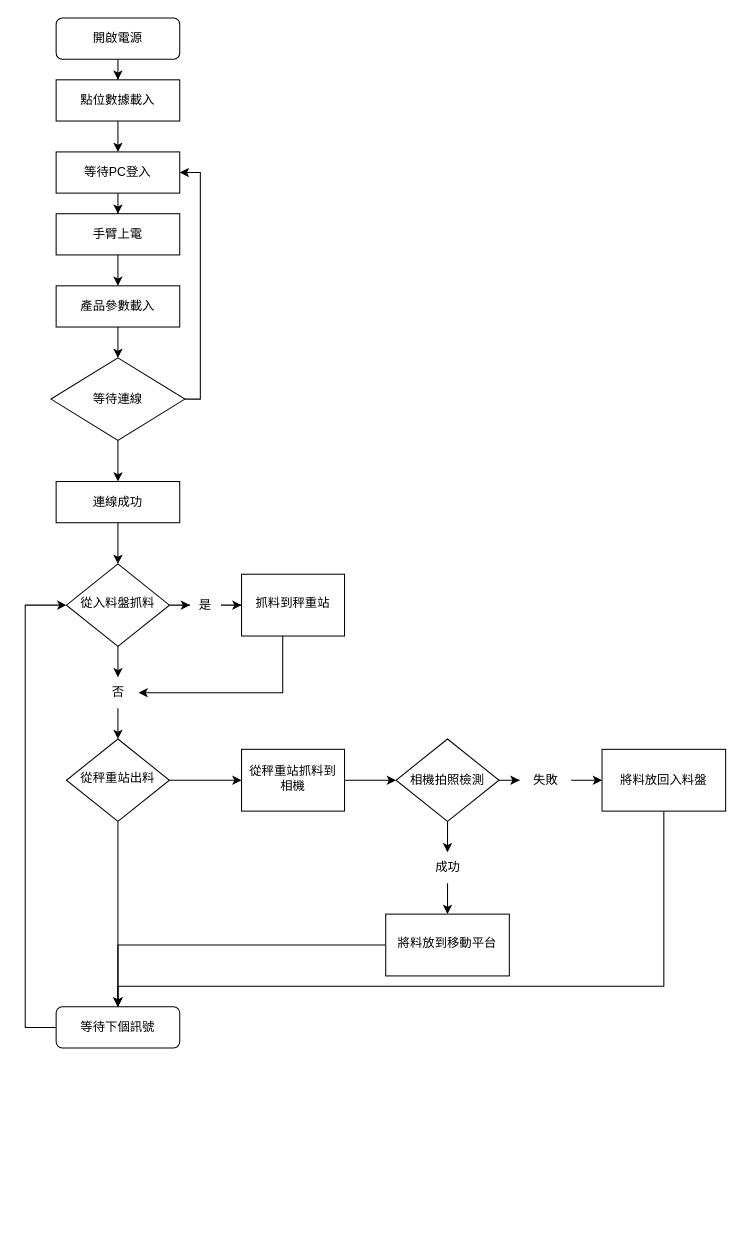
Before: 未命名绘图.drawio in RickLin19921104/murder, a draw.io diagram. Source tidied: cells renumbered, new cells numbered last; positions are measured from the earlier drawing's top-left corner, leaving out a move shared by most shapes. Both pictures are drawn from the tidied source at 103%, with x=0, y=0 at pixel (25, 18).
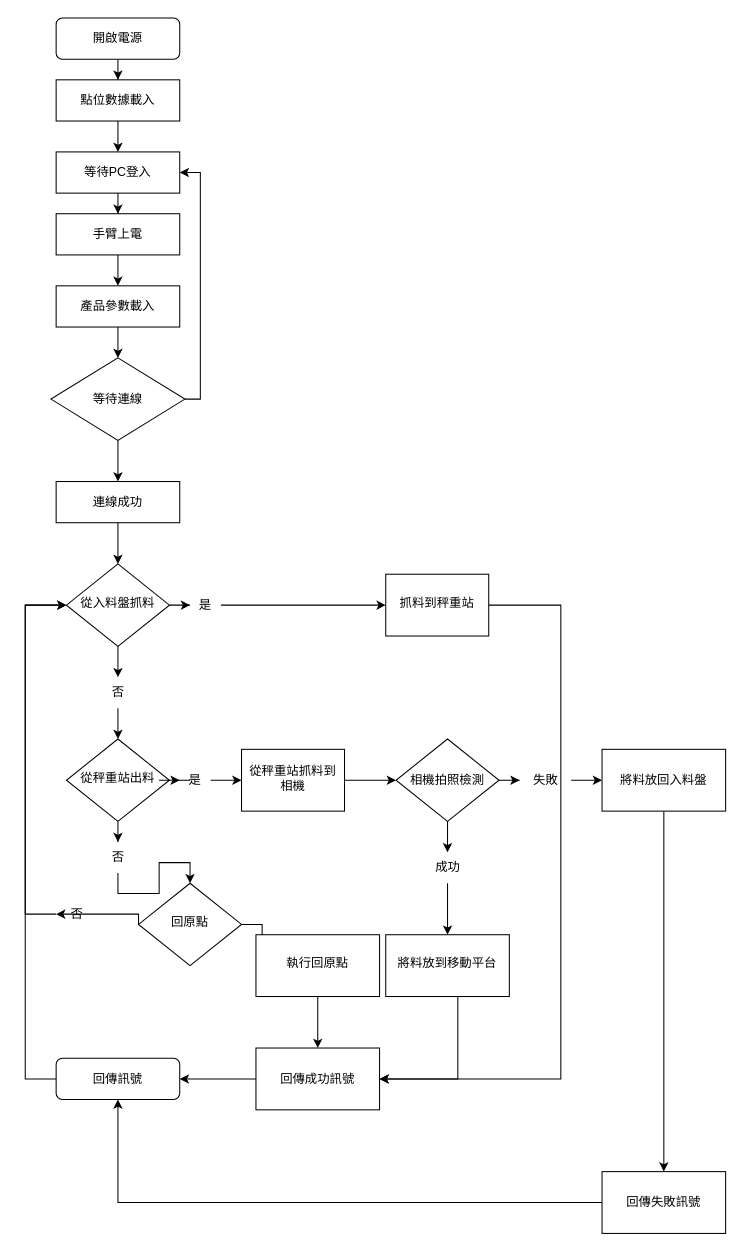
The same diagram, later.

The change refers to these unchanged cells:
```xml
<mxCell id="7" value="從入料盤抓料" style="rhombus;whiteSpace=wrap;html=1;shadow=0;fontFamily=Helvetica;fontSize=12;align=center;strokeWidth=1;spacing=6;spacingTop=-4;" parent="1" vertex="1">
  <mxGeometry x="40" y="530" width="100" height="80" as="geometry" />
</mxCell>
<mxCell id="18" value="從秤重站出料" style="rhombus;whiteSpace=wrap;html=1;shadow=0;strokeWidth=1;spacing=6;spacingTop=-4;" parent="1" vertex="1">
  <mxGeometry x="40" y="700" width="100" height="80" as="geometry" />
</mxCell>
<mxCell id="23" value="否" style="text;html=1;align=center;verticalAlign=middle;points=[];strokeColor=none;fillColor=none;" parent="1" vertex="1">
  <mxGeometry x="70" y="640" width="40" height="30" as="geometry" />
</mxCell>
<mxCell id="25" value="從秤重站抓料到相機" style="whiteSpace=wrap;html=1;shadow=0;strokeWidth=1;spacing=6;spacingTop=-4;" parent="1" vertex="1">
  <mxGeometry x="210" y="710" width="100" height="60" as="geometry" />
</mxCell>
<mxCell id="31" value="將料放回入料盤" style="whiteSpace=wrap;html=1;" parent="1" vertex="1">
  <mxGeometry x="560" y="710" width="120" height="60" as="geometry" />
</mxCell>
```

Diff of the diagram source:
```diff
@@
     <mxCell id="8" style="edgeStyle=orthogonalEdgeStyle;rounded=0;jettySize=auto;html=1;" parent="1" edge="1" source="9" target="7">
       <mxGeometry relative="1" as="geometry">
         <Array as="points">
-          <mxPoint y="980" />
+          <mxPoint y="1030" />
           <mxPoint y="570" />
         </Array>
       </mxGeometry>
     </mxCell>
-    <mxCell id="9" value="等待下個訊號" style="rounded=1;whiteSpace=wrap;html=1;fontSize=12;glass=0;strokeWidth=1;shadow=0;" parent="1" vertex="1">
-      <mxGeometry x="30" y="960" width="120" height="40" as="geometry" />
+    <mxCell id="9" value="回傳訊號" style="rounded=1;whiteSpace=wrap;html=1;fontSize=12;glass=0;strokeWidth=1;shadow=0;" parent="1" vertex="1">
+      <mxGeometry x="30" y="1010" width="120" height="40" as="geometry" />
     </mxCell>
@@
-    <mxCell id="14" style="edgeStyle=orthogonalEdgeStyle;rounded=0;jettySize=auto;html=1;" parent="1" edge="1" source="15" target="23">
-      <mxGeometry relative="1" as="geometry">
-        <Array as="points">
-          <mxPoint x="250" y="655" />
-        </Array>
-      </mxGeometry>
-    </mxCell>
+    <mxCell id="45" style="edgeStyle=orthogonalEdgeStyle;rounded=0;jettySize=auto;html=1;entryX=1;entryY=0.5;entryDx=0;entryDy=0;" parent="1" edge="1" source="15" target="63">
+      <mxGeometry relative="1" as="geometry">
+        <Array as="points">
+          <mxPoint x="520" y="570" />
+          <mxPoint x="520" y="1030" />
+        </Array>
+      </mxGeometry>
+    </mxCell>
     <mxCell id="15" value="抓料到秤重站" style="whiteSpace=wrap;html=1;shadow=0;strokeWidth=1;spacing=6;spacingTop=-4;" parent="1" vertex="1">
-      <mxGeometry x="210" y="540" width="100" height="60" as="geometry" />
+      <mxGeometry x="350" y="540" width="100" height="60" as="geometry" />
     </mxCell>
-    <mxCell id="16" style="edgeStyle=orthogonalEdgeStyle;rounded=0;jettySize=auto;html=1;" parent="1" edge="1" source="18" target="25">
+    <mxCell id="16" style="edgeStyle=orthogonalEdgeStyle;rounded=0;jettySize=auto;html=1;" parent="1" edge="1" source="50" target="25">
       <mxGeometry relative="1" as="geometry" />
     </mxCell>
-    <mxCell id="17" style="edgeStyle=orthogonalEdgeStyle;rounded=0;jettySize=auto;html=1;entryX=0.5;entryY=0;entryDx=0;entryDy=0;" parent="1" edge="1" source="18" target="9">
-      <mxGeometry relative="1" as="geometry" />
-    </mxCell>
@@
-    <mxCell id="19" style="edgeStyle=orthogonalEdgeStyle;rounded=0;jettySize=auto;html=1;entryX=0.5;entryY=0;entryDx=0;entryDy=0;" parent="1" edge="1" source="20" target="9">
-      <mxGeometry relative="1" as="geometry" />
-    </mxCell>
+    <mxCell id="46" style="edgeStyle=orthogonalEdgeStyle;rounded=0;jettySize=auto;html=1;" parent="1" edge="1" source="20" target="63">
+      <mxGeometry relative="1" as="geometry">
+        <Array as="points">
+          <mxPoint x="420" y="1030" />
+        </Array>
+      </mxGeometry>
+    </mxCell>
     <mxCell id="20" value="將料放到移動平台" style="whiteSpace=wrap;html=1;shadow=0;strokeWidth=1;spacing=6;spacingTop=-4;" parent="1" vertex="1">
-      <mxGeometry x="350" y="870" width="120" height="60" as="geometry" />
+      <mxGeometry x="350" y="890" width="120" height="60" as="geometry" />
     </mxCell>
@@
-    <mxCell id="30" style="edgeStyle=orthogonalEdgeStyle;rounded=0;jettySize=auto;html=1;entryX=0.5;entryY=0;entryDx=0;entryDy=0;" parent="1" edge="1" source="31" target="9">
-      <mxGeometry relative="1" as="geometry">
-        <Array as="points">
-          <mxPoint x="620" y="940" />
-          <mxPoint x="90" y="940" />
-        </Array>
-      </mxGeometry>
-    </mxCell>
+    <mxCell id="47" style="edgeStyle=orthogonalEdgeStyle;rounded=0;jettySize=auto;html=1;" parent="1" edge="1" source="31" target="55">
+      <mxGeometry relative="1" as="geometry" />
+    </mxCell>
@@
+    <mxCell id="48" style="edgeStyle=orthogonalEdgeStyle;rounded=0;jettySize=auto;html=1;entryX=0;entryY=0.5;entryDx=0;entryDy=0;exitX=0;exitY=0.5;exitDx=0;exitDy=0;" parent="1" edge="1" source="59" target="7">
+      <mxGeometry relative="1" as="geometry">
+        <Array as="points">
+          <mxPoint y="570" />
+        </Array>
+      </mxGeometry>
+    </mxCell>
+    <mxCell id="49" style="edgeStyle=orthogonalEdgeStyle;rounded=0;jettySize=auto;html=1;" parent="1" edge="1" source="18" target="50">
+      <mxGeometry relative="1" as="geometry" />
+    </mxCell>
+    <mxCell id="50" value="是" style="text;html=1;align=center;verticalAlign=middle;whiteSpace=wrap;rounded=0;" parent="1" vertex="1">
+      <mxGeometry x="150" y="725" width="30" height="30" as="geometry" />
+    </mxCell>
+    <mxCell id="51" style="edgeStyle=orthogonalEdgeStyle;rounded=0;jettySize=auto;html=1;entryX=0.5;entryY=0;entryDx=0;entryDy=0;" parent="1" edge="1" source="18" target="53">
+      <mxGeometry relative="1" as="geometry" />
+    </mxCell>
+    <mxCell id="52" style="edgeStyle=orthogonalEdgeStyle;rounded=0;jettySize=auto;html=1;" parent="1" edge="1" source="53" target="57">
+      <mxGeometry relative="1" as="geometry" />
+    </mxCell>
+    <mxCell id="53" value="否" style="text;html=1;align=center;verticalAlign=middle;points=[];strokeColor=none;fillColor=none;" parent="1" vertex="1">
+      <mxGeometry x="70" y="800" width="40" height="30" as="geometry" />
+    </mxCell>
+    <mxCell id="54" style="edgeStyle=orthogonalEdgeStyle;rounded=0;jettySize=auto;html=1;" parent="1" edge="1" source="55" target="9">
+      <mxGeometry relative="1" as="geometry" />
+    </mxCell>
+    <mxCell id="55" value="回傳失敗訊號" style="whiteSpace=wrap;html=1;" parent="1" vertex="1">
+      <mxGeometry x="560" y="1120" width="120" height="60" as="geometry" />
+    </mxCell>
+    <mxCell id="56" style="edgeStyle=orthogonalEdgeStyle;rounded=0;jettySize=auto;html=1;" parent="1" edge="1" source="57" target="61">
+      <mxGeometry relative="1" as="geometry" />
+    </mxCell>
+    <mxCell id="57" value="回原點" style="rhombus;whiteSpace=wrap;html=1;shadow=0;strokeWidth=1;spacing=6;spacingTop=-4;" parent="1" vertex="1">
+      <mxGeometry x="110" y="840" width="100" height="80" as="geometry" />
+    </mxCell>
+    <mxCell id="58" style="edgeStyle=orthogonalEdgeStyle;rounded=0;jettySize=auto;html=1;entryX=0;entryY=0.5;entryDx=0;entryDy=0;exitX=0;exitY=0.5;exitDx=0;exitDy=0;" parent="1" edge="1" source="57" target="59">
+      <mxGeometry relative="1" as="geometry">
+        <Array as="points">
+          <mxPoint x="110" y="870" />
+        </Array>
+      </mxGeometry>
+    </mxCell>
+    <mxCell id="59" value="否" style="text;html=1;align=center;verticalAlign=middle;points=[];strokeColor=none;fillColor=none;" parent="1" vertex="1">
+      <mxGeometry x="30" y="855" width="40" height="30" as="geometry" />
+    </mxCell>
+    <mxCell id="60" style="edgeStyle=orthogonalEdgeStyle;rounded=0;jettySize=auto;html=1;entryX=0.5;entryY=0;entryDx=0;entryDy=0;" parent="1" edge="1" source="61" target="63">
+      <mxGeometry relative="1" as="geometry" />
+    </mxCell>
+    <mxCell id="61" value="執行回原點" style="whiteSpace=wrap;html=1;shadow=0;strokeWidth=1;spacing=6;spacingTop=-4;" parent="1" vertex="1">
+      <mxGeometry x="224" y="890" width="120" height="60" as="geometry" />
+    </mxCell>
+    <mxCell id="62" style="edgeStyle=orthogonalEdgeStyle;rounded=0;jettySize=auto;html=1;entryX=1;entryY=0.5;entryDx=0;entryDy=0;" parent="1" edge="1" source="63" target="9">
+      <mxGeometry relative="1" as="geometry" />
+    </mxCell>
+    <mxCell id="63" value="回傳成功訊號" style="whiteSpace=wrap;html=1;" parent="1" vertex="1">
+      <mxGeometry x="224" y="1000" width="120" height="60" as="geometry" />
+    </mxCell>
```
